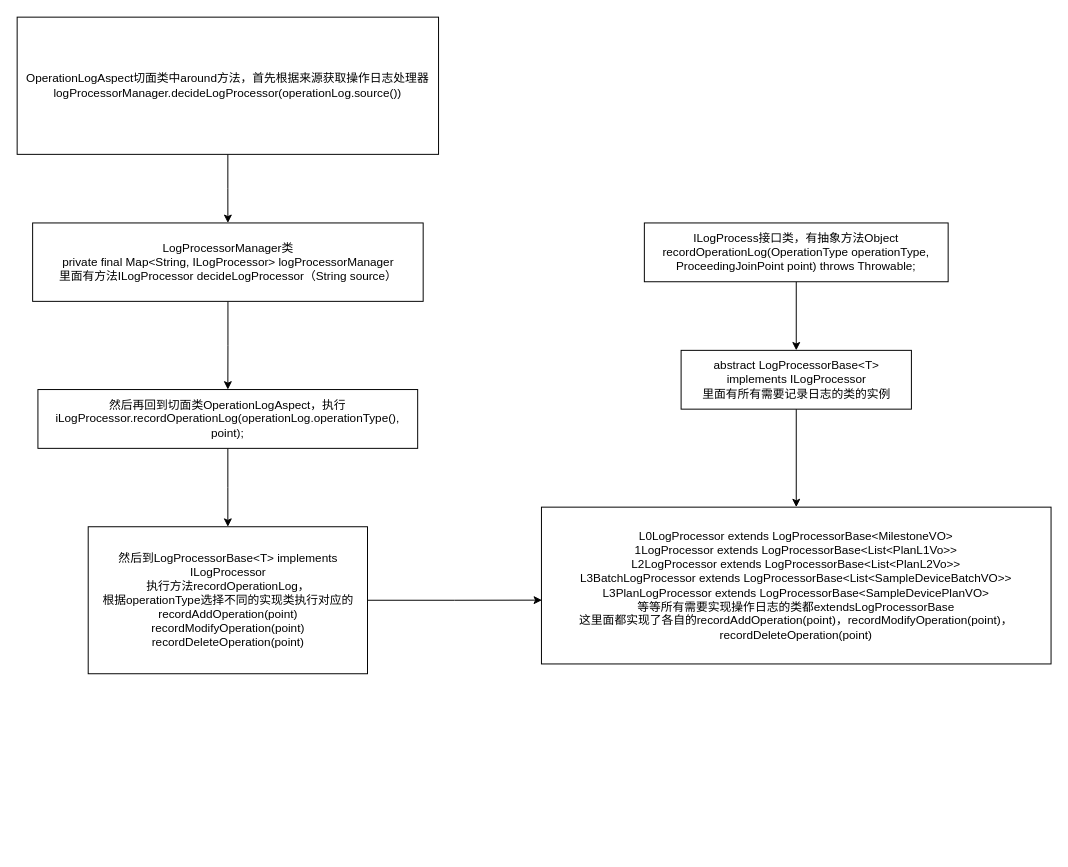
Earlier version of the draw.io diagram Untitled Diagram.drawio (ForeverName/mysql45). Source tidied: cells renumbered, new cells numbered last; positions are measured from the earlier drawing's top-left corner, leaving out a move shared by most shapes. Both pictures are drawn from the tidied source at 98%, with x=0, y=0 at pixel (17, 17).
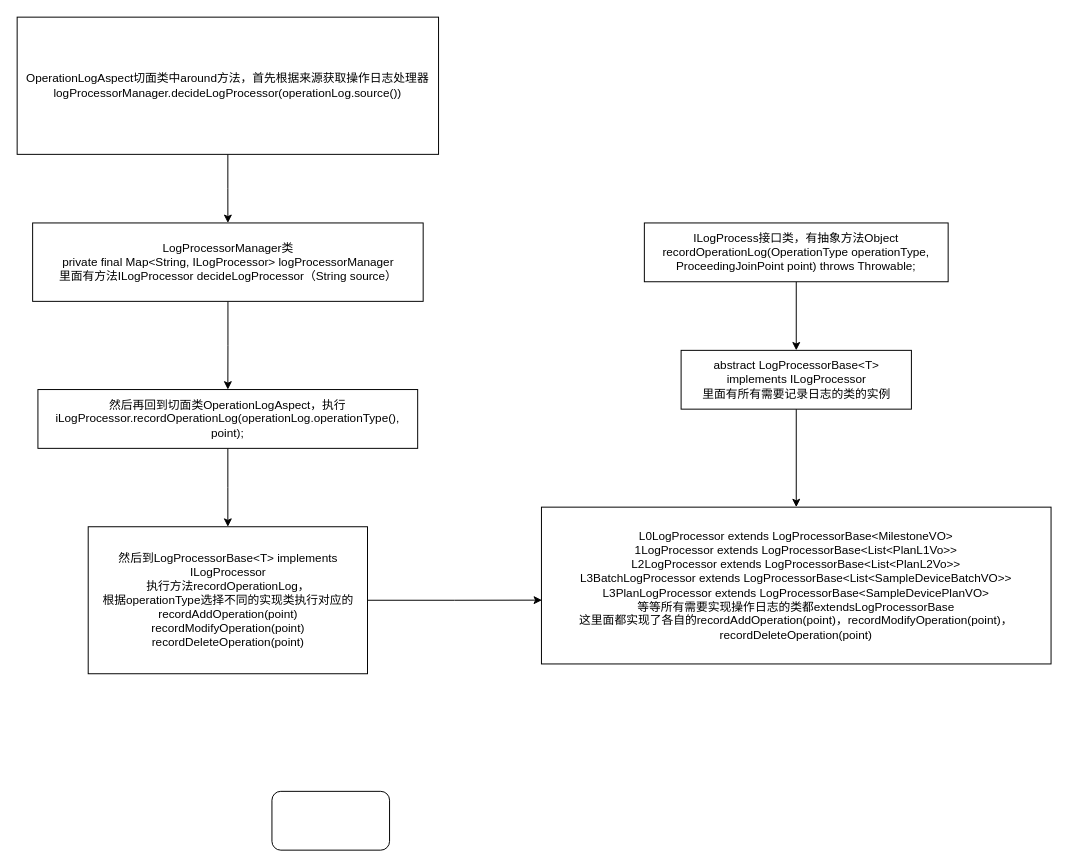
The same diagram, later.

Diff of the diagram source:
```diff
@@
 <mxGraphModel>
   <root>
     <mxCell id="0" />
     <mxCell id="1" parent="0" />
     <mxCell id="2" style="edgeStyle=orthogonalEdgeStyle;rounded=0;jettySize=auto;html=1;entryX=0.5;entryY=0;entryDx=0;entryDy=0;" parent="1" edge="1" source="3" target="5">
       <mxGeometry relative="1" as="geometry" />
     </mxCell>
     <mxCell id="3" value="OperationLogAspect切面类中around方法，首先根据来源获取操作日志处理器logProcessorManager.decideLogProcessor(operationLog.source())" style="rounded=0;whiteSpace=wrap;html=1;" parent="1" vertex="1">
       <mxGeometry width="430" height="140" as="geometry" />
     </mxCell>
     <mxCell id="4" style="edgeStyle=orthogonalEdgeStyle;rounded=0;jettySize=auto;html=1;" parent="1" edge="1" source="5" target="12">
       <mxGeometry relative="1" as="geometry" />
     </mxCell>
     <mxCell id="5" value="LogProcessorManager类&lt;br&gt;private final Map&amp;lt;String, ILogProcessor&amp;gt; logProcessorManager&lt;br&gt;里面有方法ILogProcessor decideLogProcessor（String source）" style="rounded=0;whiteSpace=wrap;html=1;" parent="1" vertex="1">
       <mxGeometry x="15.8" y="210" width="398.5" height="80" as="geometry" />
     </mxCell>
     <mxCell id="6" style="edgeStyle=orthogonalEdgeStyle;rounded=0;jettySize=auto;html=1;" parent="1" edge="1" source="7" target="9">
       <mxGeometry relative="1" as="geometry" />
     </mxCell>
     <mxCell id="7" value="ILogProcess接口类，有抽象方法Object recordOperationLog(OperationType operationType, ProceedingJoinPoint point) throws Throwable;" style="rounded=0;whiteSpace=wrap;html=1;" parent="1" vertex="1">
       <mxGeometry x="640" y="210" width="310" height="60" as="geometry" />
     </mxCell>
     <mxCell id="8" style="edgeStyle=orthogonalEdgeStyle;rounded=0;jettySize=auto;html=1;" parent="1" edge="1" source="9" target="10">
       <mxGeometry relative="1" as="geometry" />
     </mxCell>
     <mxCell id="9" value="abstract LogProcessorBase&amp;lt;T&amp;gt; implements ILogProcessor&lt;br&gt;里面有所有需要记录日志的类的实例" style="whiteSpace=wrap;html=1;rounded=0;" parent="1" vertex="1">
       <mxGeometry x="677.5" y="340" width="235" height="60" as="geometry" />
     </mxCell>
     <mxCell id="10" value="L0LogProcessor extends LogProcessorBase&amp;lt;MilestoneVO&amp;gt;&lt;br&gt;1LogProcessor extends LogProcessorBase&amp;lt;List&amp;lt;PlanL1Vo&amp;gt;&amp;gt;&lt;br&gt;L2LogProcessor extends LogProcessorBase&amp;lt;List&amp;lt;PlanL2Vo&amp;gt;&amp;gt;&lt;br&gt;L3BatchLogProcessor extends LogProcessorBase&amp;lt;List&amp;lt;SampleDeviceBatchVO&amp;gt;&amp;gt;&lt;br&gt;L3PlanLogProcessor extends LogProcessorBase&amp;lt;SampleDevicePlanVO&amp;gt;&lt;br&gt;等等所有需要实现操作日志的类都extendsLogProcessorBase&lt;br&gt;这里面都实现了各自的recordAddOperation(point)，recordModifyOperation(point)，recordDeleteOperation(point)" style="whiteSpace=wrap;html=1;rounded=0;" parent="1" vertex="1">
       <mxGeometry x="535" y="500" width="520" height="160" as="geometry" />
     </mxCell>
     <mxCell id="11" style="edgeStyle=orthogonalEdgeStyle;rounded=0;jettySize=auto;html=1;" parent="1" edge="1" source="12" target="14">
       <mxGeometry relative="1" as="geometry" />
     </mxCell>
     <mxCell id="12" value="然后再回到切面类OperationLogAspect，执行iLogProcessor.recordOperationLog(operationLog.operationType(), point);" style="whiteSpace=wrap;html=1;rounded=0;" parent="1" vertex="1">
       <mxGeometry x="21.2" y="380" width="387.5" height="60" as="geometry" />
     </mxCell>
     <mxCell id="13" style="edgeStyle=orthogonalEdgeStyle;rounded=0;jettySize=auto;html=1;entryX=0.001;entryY=0.593;entryDx=0;entryDy=0;entryPerimeter=0;" parent="1" edge="1" source="14" target="10">
       <mxGeometry relative="1" as="geometry" />
     </mxCell>
     <mxCell id="14" value="然后到LogProcessorBase&amp;lt;T&amp;gt; implements ILogProcessor&lt;br&gt;执行方法recordOperationLog，&lt;br&gt;根据operationType选择不同的实现类执行对应的recordAddOperation(point)&lt;br&gt;recordModifyOperation(point)&lt;br&gt;recordDeleteOperation(point)" style="whiteSpace=wrap;html=1;rounded=0;" parent="1" vertex="1">
       <mxGeometry x="72.5" y="520" width="285" height="150" as="geometry" />
     </mxCell>
+    <mxCell id="15" style="rounded=1;whiteSpace=wrap;html=1;" parent="1" vertex="1">
+      <mxGeometry x="260" y="790" width="120" height="60" as="geometry" />
+    </mxCell>
   </root>
 </mxGraphModel>
```
